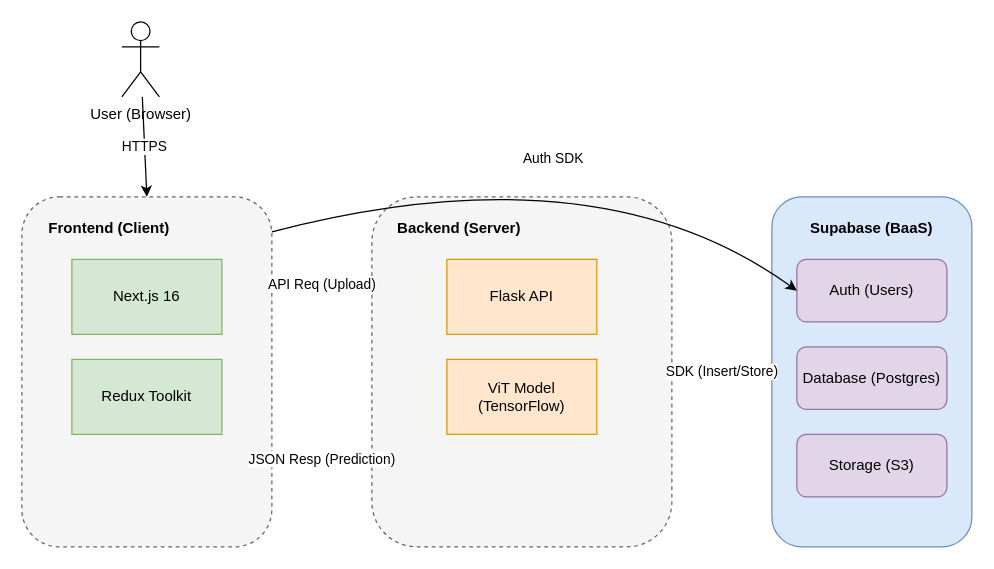
Earlier version of the draw.io diagram docs/system_architecture.drawio (Eric-Kumenda/Breast_Cancer). Source tidied: cells renumbered, new cells numbered last; positions are measured from the earlier drawing's top-left corner, leaving out a move shared by most shapes. Both pictures are drawn from the tidied source at 125%, with x=0, y=0 at pixel (21, 21).
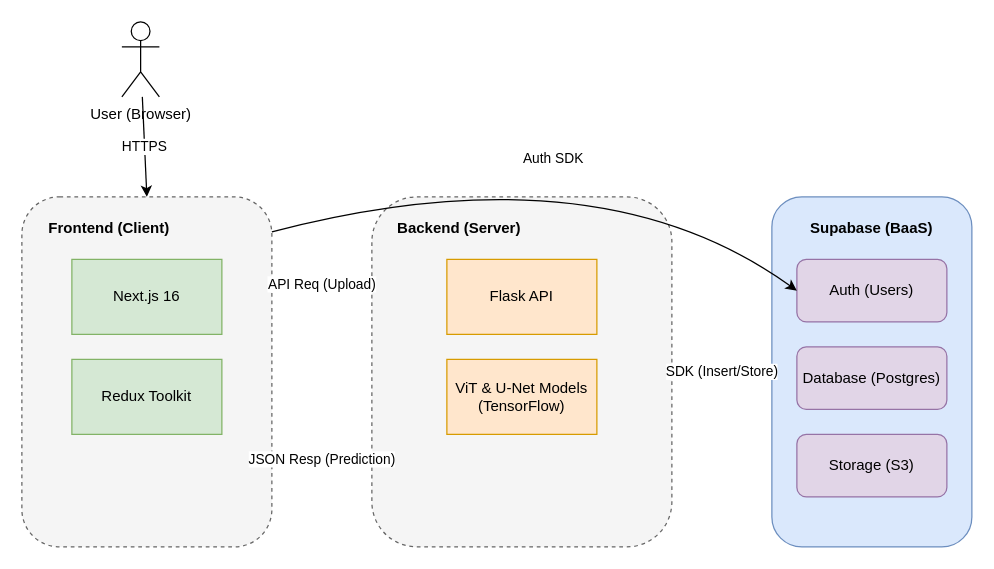
The same diagram, later.

Commit message (it also covers changes not shown here):
feat: Implement ultrasound analysis with U-Net model and update documentation for multi-modality support, including a new `scan_type` column.

Diff of the diagram source:
```diff
@@
-    <mxCell id="9" value="ViT Model (TensorFlow)" style="rounded=0;whiteSpace=wrap;html=1;fillColor=#ffe6cc;strokeColor=#d79b00;" parent="1" vertex="1">
+    <mxCell id="9" value="ViT &amp; U-Net Models&#10;(TensorFlow)" style="rounded=0;whiteSpace=wrap;html=1;fillColor=#ffe6cc;strokeColor=#d79b00;" parent="1" vertex="1">
       <mxGeometry x="340" y="270" width="120" height="60" as="geometry" />
     </mxCell>
```
